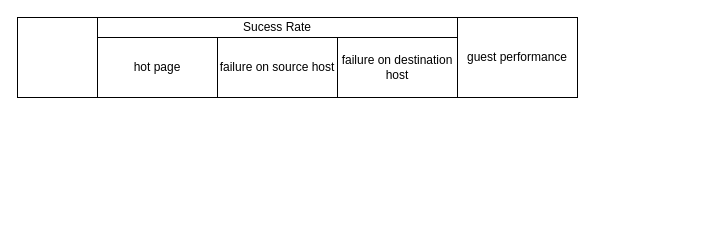
This is paper/table 1.drawio from xuyizhe1999/drawio, a draw.io file, before an edit. Source tidied: cells renumbered, new cells numbered last; positions are measured from the earlier drawing's top-left corner, leaving out a move shared by most shapes. Both pictures are drawn from the tidied source at 100%, with x=0, y=0 at pixel (17, 17).
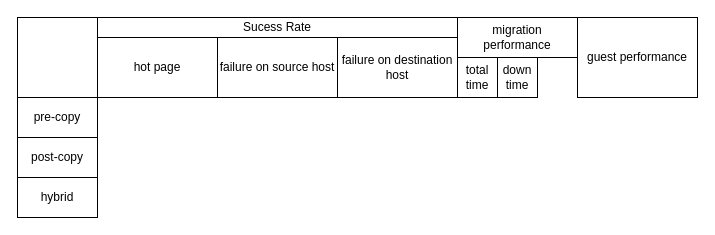
The same page after the edit.

What changed in the source:
```diff
@@
 <mxGraphModel>
   <root>
     <mxCell id="0" />
     <mxCell id="1" parent="0" />
     <mxCell id="2" style="rounded=0;whiteSpace=wrap;html=1;" parent="1" vertex="1">
       <mxGeometry width="80" height="80" as="geometry" />
     </mxCell>
     <mxCell id="3" value="Sucess Rate" style="rounded=0;whiteSpace=wrap;html=1;" parent="1" vertex="1">
       <mxGeometry x="80" width="360" height="20" as="geometry" />
     </mxCell>
     <mxCell id="4" value="hot page" style="rounded=0;whiteSpace=wrap;html=1;" parent="1" vertex="1">
       <mxGeometry x="80" y="20" width="120" height="60" as="geometry" />
     </mxCell>
     <mxCell id="5" value="failure on source host" style="rounded=0;whiteSpace=wrap;html=1;" parent="1" vertex="1">
       <mxGeometry x="200" y="20" width="120" height="60" as="geometry" />
     </mxCell>
     <mxCell id="6" value="failure on destination host" style="rounded=0;whiteSpace=wrap;html=1;" parent="1" vertex="1">
       <mxGeometry x="320" y="20" width="120" height="60" as="geometry" />
     </mxCell>
     <mxCell id="7" value="guest performance" style="rounded=0;whiteSpace=wrap;html=1;" parent="1" vertex="1">
-      <mxGeometry x="440" width="120" height="80" as="geometry" />
+      <mxGeometry x="560" width="120" height="80" as="geometry" />
     </mxCell>
+    <mxCell id="8" value="migration performance" style="rounded=0;whiteSpace=wrap;html=1;" parent="1" vertex="1">
+      <mxGeometry x="440" width="120" height="40" as="geometry" />
+    </mxCell>
+    <mxCell id="9" value="total time" style="rounded=0;whiteSpace=wrap;html=1;" parent="1" vertex="1">
+      <mxGeometry x="440" y="40" width="40" height="40" as="geometry" />
+    </mxCell>
+    <mxCell id="10" value="down time" style="rounded=0;whiteSpace=wrap;html=1;" parent="1" vertex="1">
+      <mxGeometry x="480" y="40" width="40" height="40" as="geometry" />
+    </mxCell>
+    <mxCell id="11" value="pre-copy" style="rounded=0;whiteSpace=wrap;html=1;" parent="1" vertex="1">
+      <mxGeometry y="80" width="80" height="40" as="geometry" />
+    </mxCell>
+    <mxCell id="12" value="post-copy" style="rounded=0;whiteSpace=wrap;html=1;" parent="1" vertex="1">
+      <mxGeometry y="120" width="80" height="40" as="geometry" />
+    </mxCell>
+    <mxCell id="13" value="hybrid" style="rounded=0;whiteSpace=wrap;html=1;" parent="1" vertex="1">
+      <mxGeometry y="160" width="80" height="40" as="geometry" />
+    </mxCell>
   </root>
 </mxGraphModel>
```
